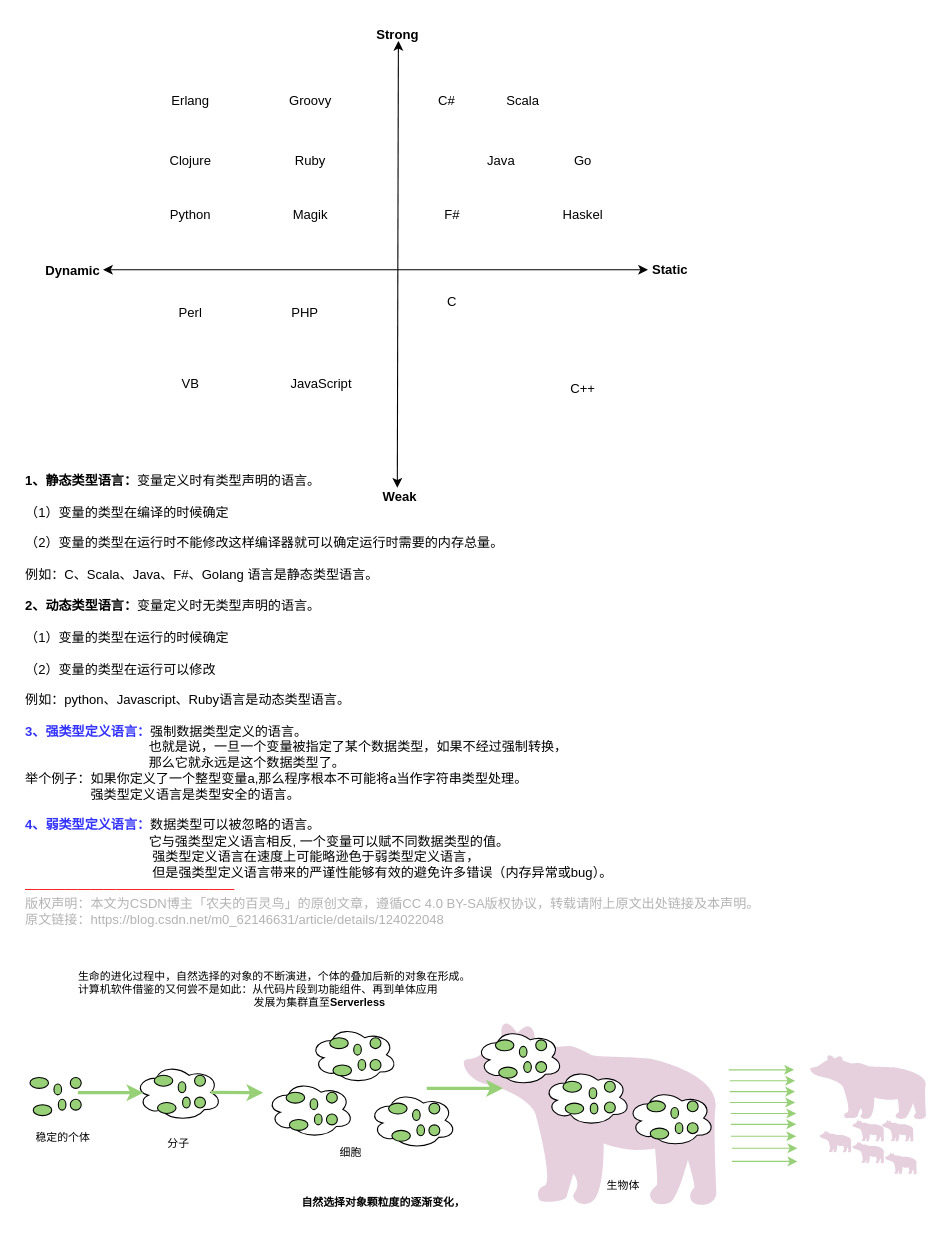
This is 各语言变量类型区别.drawio from UTOUUCENTER-CD/draw.io, a draw.io file, before an edit. Source tidied: cells renumbered, new cells numbered last; positions are measured from the earlier drawing's top-left corner, leaving out a move shared by most shapes. Both pictures are drawn from the tidied source at 109%, with x=0, y=0 at pixel (19, 19).
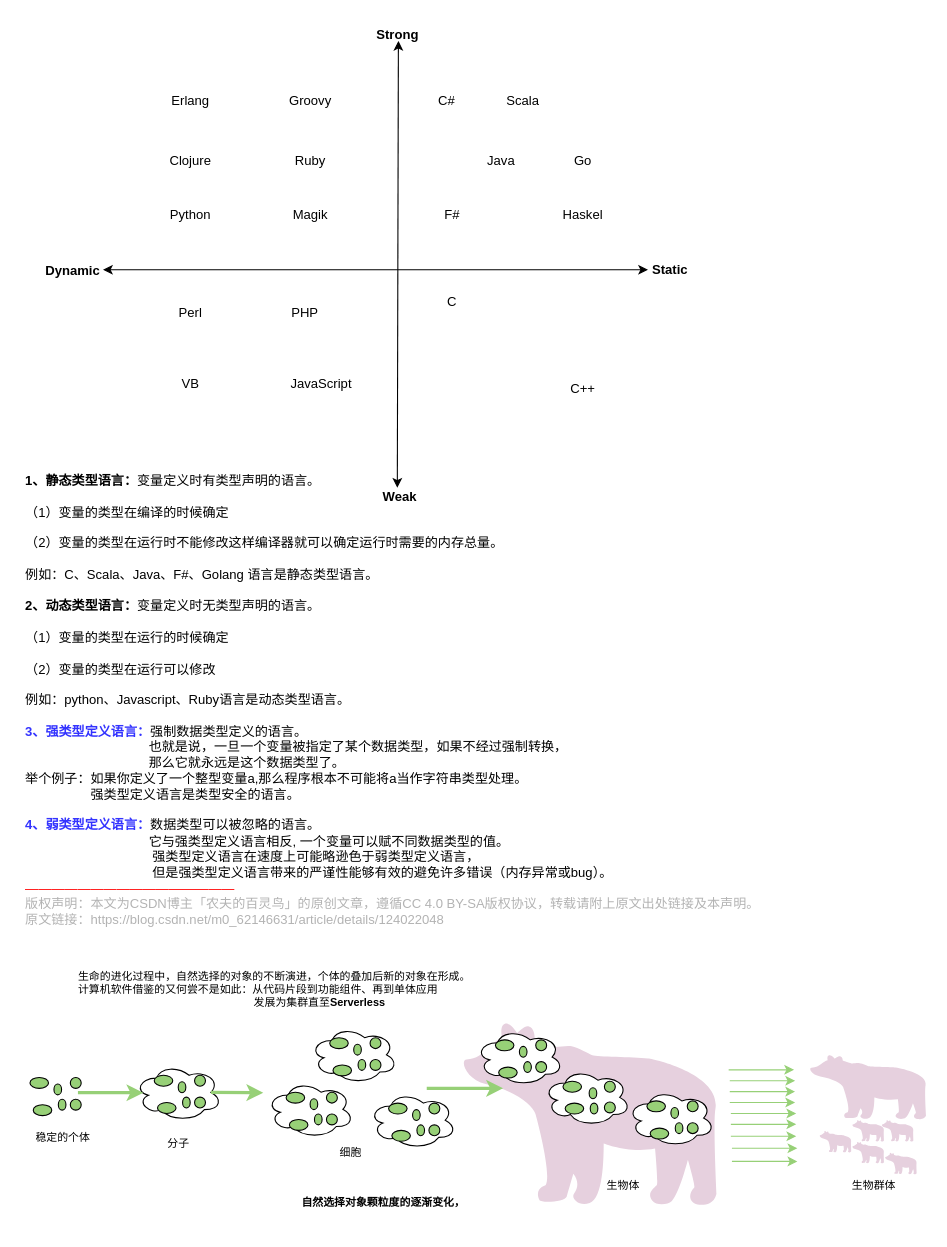
The same diagram, later.

Commit message:
更新各语言变量类型区别.drawio

What changed in the source:
```diff
@@
+    <mxCell id="118" value="生物群体" style="text;html=1;align=center;verticalAlign=middle;strokeColor=none;fillColor=none;fontSize=10;fontColor=#000000;" parent="1" vertex="1">
+      <mxGeometry x="749" y="1055" width="70" height="30" as="geometry" />
+    </mxCell>
```
